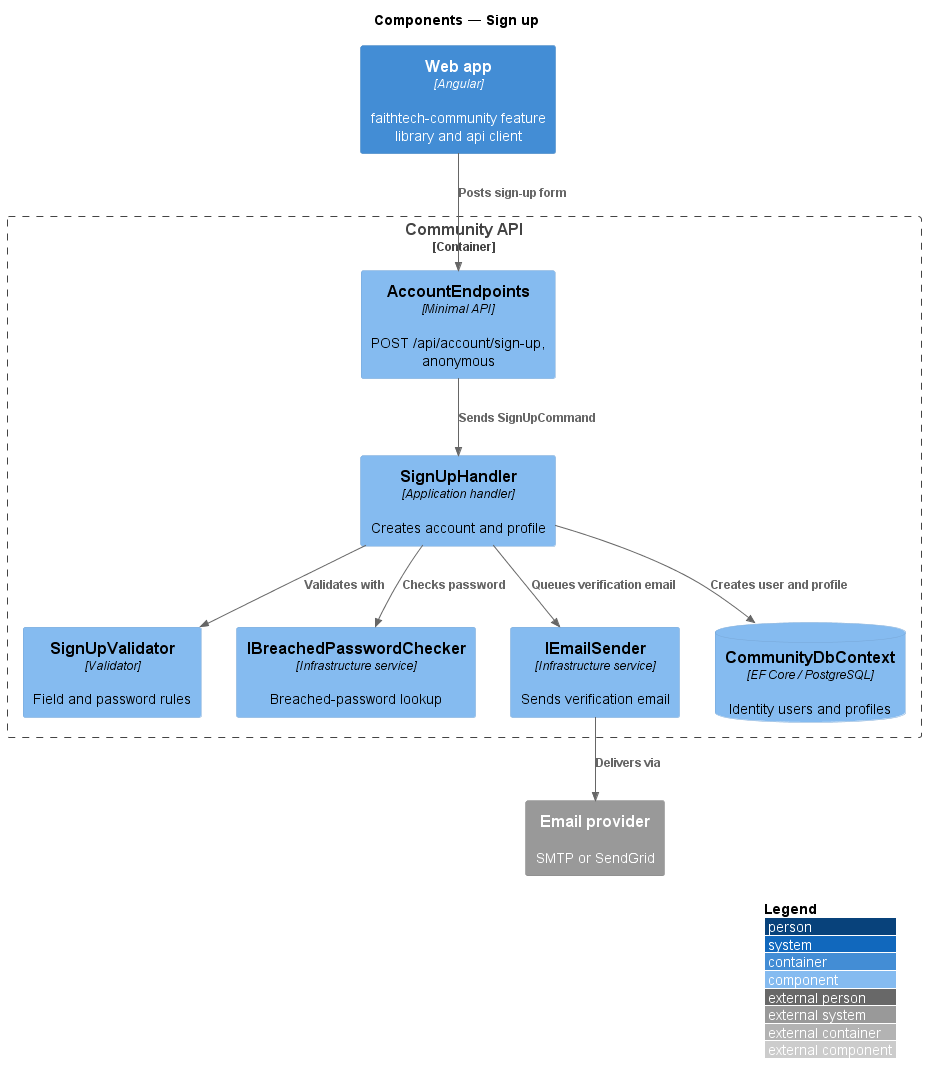
Before: docs/detailed-designs/identity/sign-up/diagrams/c4-component.png, a diagram exported from PlantUML (QuinntyneBrown/faithtech-community).
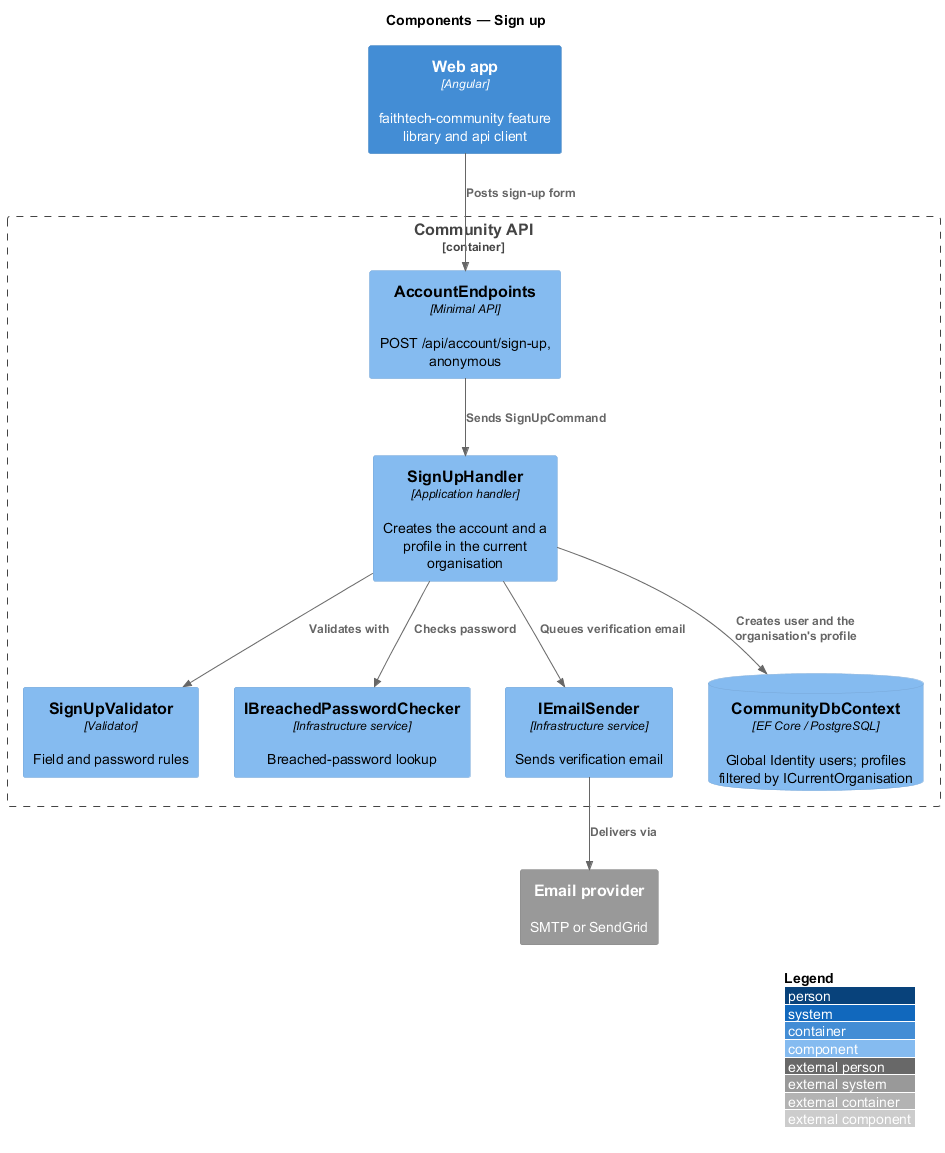
The same diagram one commit later.

Change to the diagram source:
```diff
@@ -7,17 +7,17 @@
 Container_Boundary(api, "Community API") {
   Component(ep, "AccountEndpoints", "Minimal API", "POST /api/account/sign-up, anonymous")
   Component(val, "SignUpValidator", "Validator", "Field and password rules")
-  Component(h, "SignUpHandler", "Application handler", "Creates account and profile")
+  Component(h, "SignUpHandler", "Application handler", "Creates the account and a profile in the current organisation")
   Component(bp, "IBreachedPasswordChecker", "Infrastructure service", "Breached-password lookup")
   Component(es, "IEmailSender", "Infrastructure service", "Sends verification email")
-  ComponentDb(db, "CommunityDbContext", "EF Core / PostgreSQL", "Identity users and profiles")
+  ComponentDb(db, "CommunityDbContext", "EF Core / PostgreSQL", "Global Identity users; profiles filtered by ICurrentOrganisation")
 }
 System_Ext(email, "Email provider", "SMTP or SendGrid")
 Rel(spa, ep, "Posts sign-up form")
 Rel(ep, h, "Sends SignUpCommand")
 Rel(h, val, "Validates with")
 Rel(h, bp, "Checks password")
-Rel(h, db, "Creates user and profile")
+Rel(h, db, "Creates user and the organisation's profile")
 Rel(es, email, "Delivers via")
 Rel(h, es, "Queues verification email")
 @enduml
```
